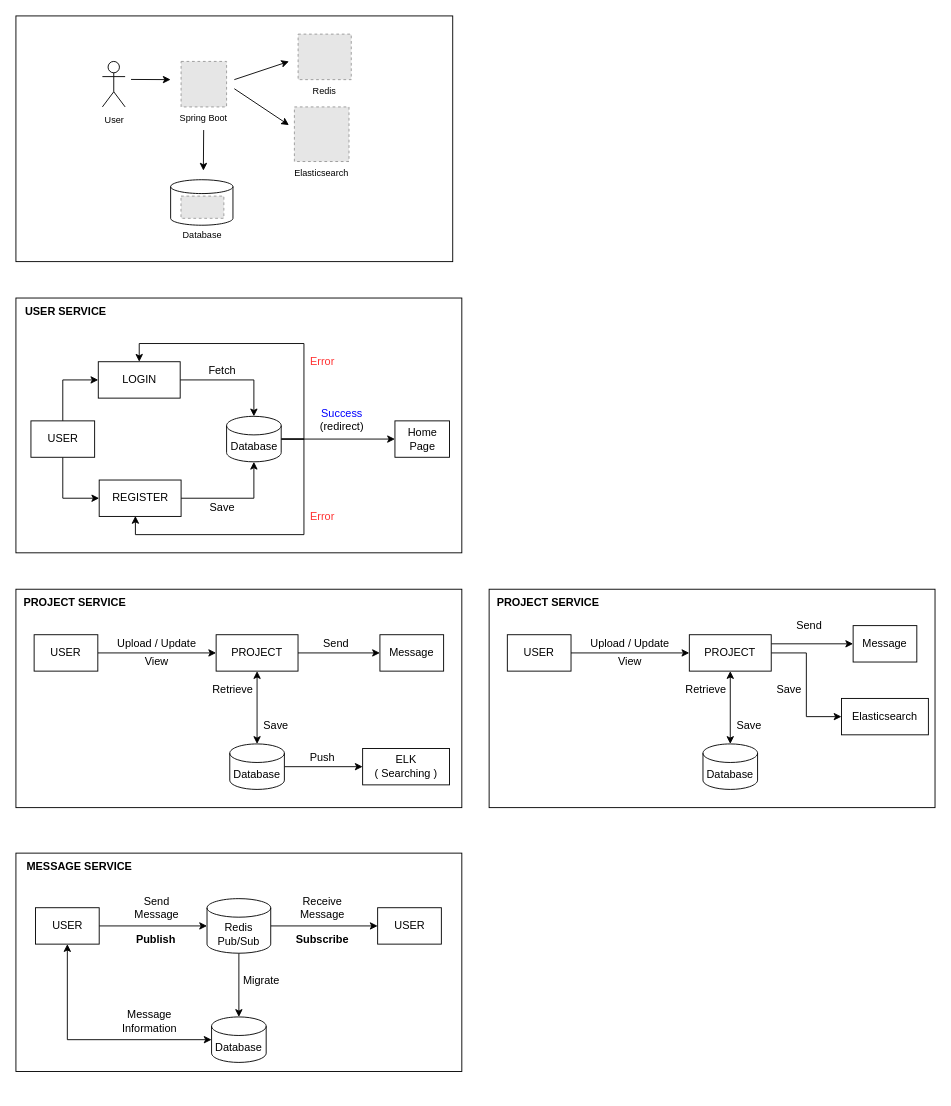
Earlier version of the draw.io diagram docs/ShareArchitecture.drawio (whoareyouwhoami/ProjectShare). Source tidied: cells renumbered, new cells numbered last; positions are measured from the earlier drawing's top-left corner, leaving out a move shared by most shapes. Both pictures are drawn from the tidied source at 91%, with x=0, y=0 at pixel (15, 15). Pictures stored in the file or linked from it are replaced by grey dashed boxes.
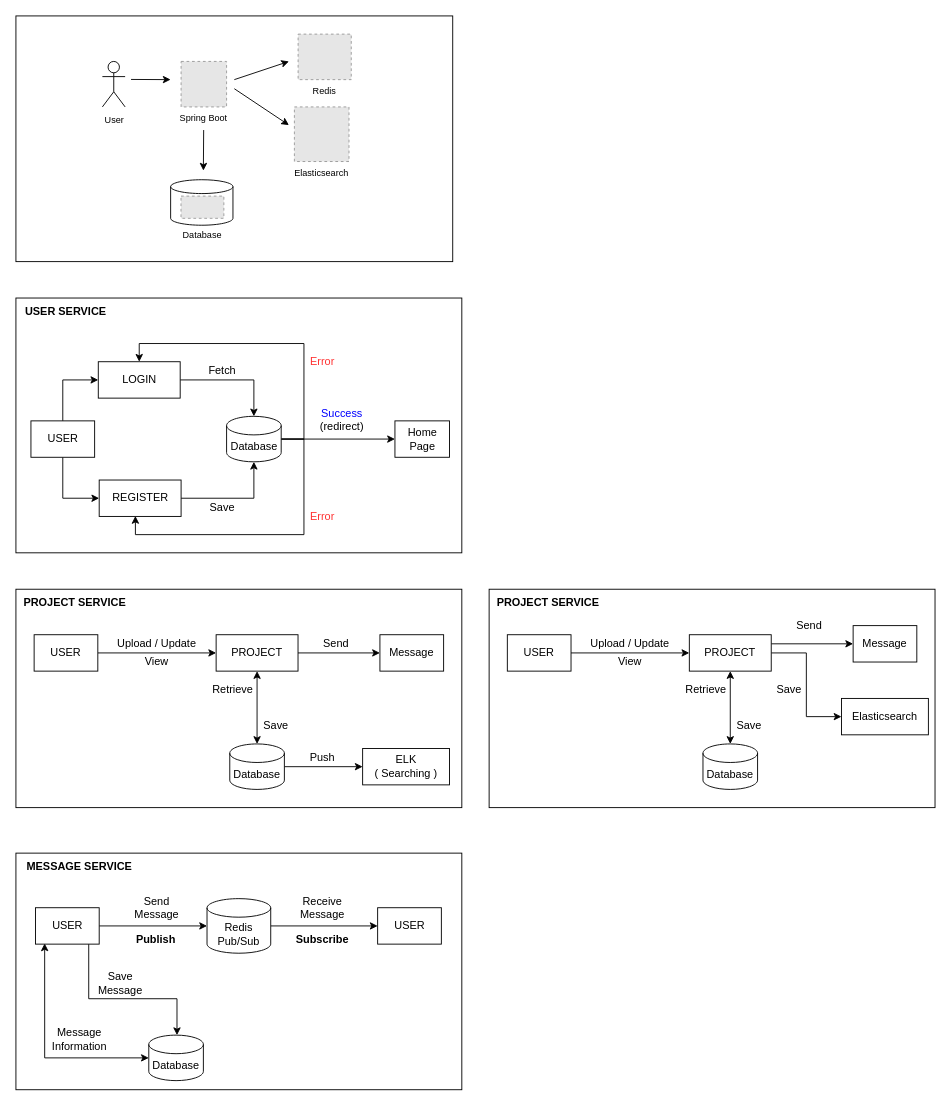
Above is the later version.

Unchanged cells that the change refers to:
```xml
<mxCell id="8" value="USER" style="rounded=0;whiteSpace=wrap;html=1;" parent="1" vertex="1">
  <mxGeometry x="21.5" y="980" width="70" height="40" as="geometry" />
</mxCell>
<mxCell id="14" value="Redis&lt;br&gt;Pub/Sub" style="shape=cylinder3;whiteSpace=wrap;html=1;boundedLbl=1;backgroundOutline=1;size=10.206896551724128;" parent="1" vertex="1">
  <mxGeometry x="210" y="970" width="70" height="60" as="geometry" />
</mxCell>
```

What changed in the source:
```diff
@@
     <mxCell id="5" style="rounded=0;whiteSpace=wrap;html=1;" parent="1" vertex="1">
-      <mxGeometry y="920" width="490" height="240" as="geometry" />
+      <mxGeometry y="920" width="490" height="260" as="geometry" />
     </mxCell>
@@
-    <mxCell id="7" style="edgeStyle=orthogonalEdgeStyle;rounded=0;jettySize=auto;html=1;entryX=0;entryY=0.5;entryDx=0;entryDy=0;entryPerimeter=0;startArrow=classic;startFill=1;exitX=0.5;exitY=1;exitDx=0;exitDy=0;" parent="1" edge="1" source="8" target="15">
+    <mxCell id="7" style="edgeStyle=orthogonalEdgeStyle;rounded=0;jettySize=auto;html=1;entryX=0;entryY=0.5;entryDx=0;entryDy=0;entryPerimeter=0;startArrow=classic;startFill=1;exitX=0.144;exitY=0.98;exitDx=0;exitDy=0;exitPerimeter=0;" parent="1" edge="1" source="8" target="15">
       <mxGeometry relative="1" as="geometry">
         <Array as="points">
-          <mxPoint x="57" y="1125" />
+          <mxPoint x="32" y="1145" />
         </Array>
       </mxGeometry>
     </mxCell>
+    <mxCell id="84" style="edgeStyle=orthogonalEdgeStyle;rounded=0;jettySize=auto;html=1;" parent="1" edge="1" source="8" target="15">
+      <mxGeometry relative="1" as="geometry">
+        <Array as="points">
+          <mxPoint x="80" y="1080" />
+          <mxPoint x="177" y="1080" />
+        </Array>
+      </mxGeometry>
+    </mxCell>
@@
-    <mxCell id="13" style="edgeStyle=orthogonalEdgeStyle;rounded=0;jettySize=auto;html=1;entryX=0.5;entryY=0;entryDx=0;entryDy=0;entryPerimeter=0;" parent="1" edge="1" source="14" target="15">
-      <mxGeometry relative="1" as="geometry" />
-    </mxCell>
@@
     <mxCell id="15" value="Database" style="shape=cylinder3;whiteSpace=wrap;html=1;boundedLbl=1;backgroundOutline=1;size=10.206896551724128;" parent="1" vertex="1">
-      <mxGeometry x="215" y="1100" width="60" height="50" as="geometry" />
+      <mxGeometry x="146" y="1120" width="60" height="50" as="geometry" />
     </mxCell>
@@
-    <mxCell id="17" value="Migrate" style="text;html=1;strokeColor=none;fillColor=none;align=center;verticalAlign=middle;whiteSpace=wrap;rounded=0;" parent="1" vertex="1">
-      <mxGeometry x="250" y="1050" width="40" height="20" as="geometry" />
-    </mxCell>
@@
     <mxCell id="23" value="Message Information" style="text;html=1;strokeColor=none;fillColor=none;align=center;verticalAlign=middle;whiteSpace=wrap;rounded=0;" parent="1" vertex="1">
-      <mxGeometry x="111.5" y="1090" width="70" height="30" as="geometry" />
+      <mxGeometry x="35" y="1110" width="70" height="30" as="geometry" />
     </mxCell>
@@
+    <mxCell id="85" value="Save Message" style="text;html=1;strokeColor=none;fillColor=none;align=center;verticalAlign=middle;whiteSpace=wrap;rounded=0;" parent="1" vertex="1">
+      <mxGeometry x="82.5" y="1048" width="63.5" height="30" as="geometry" />
+    </mxCell>
```
